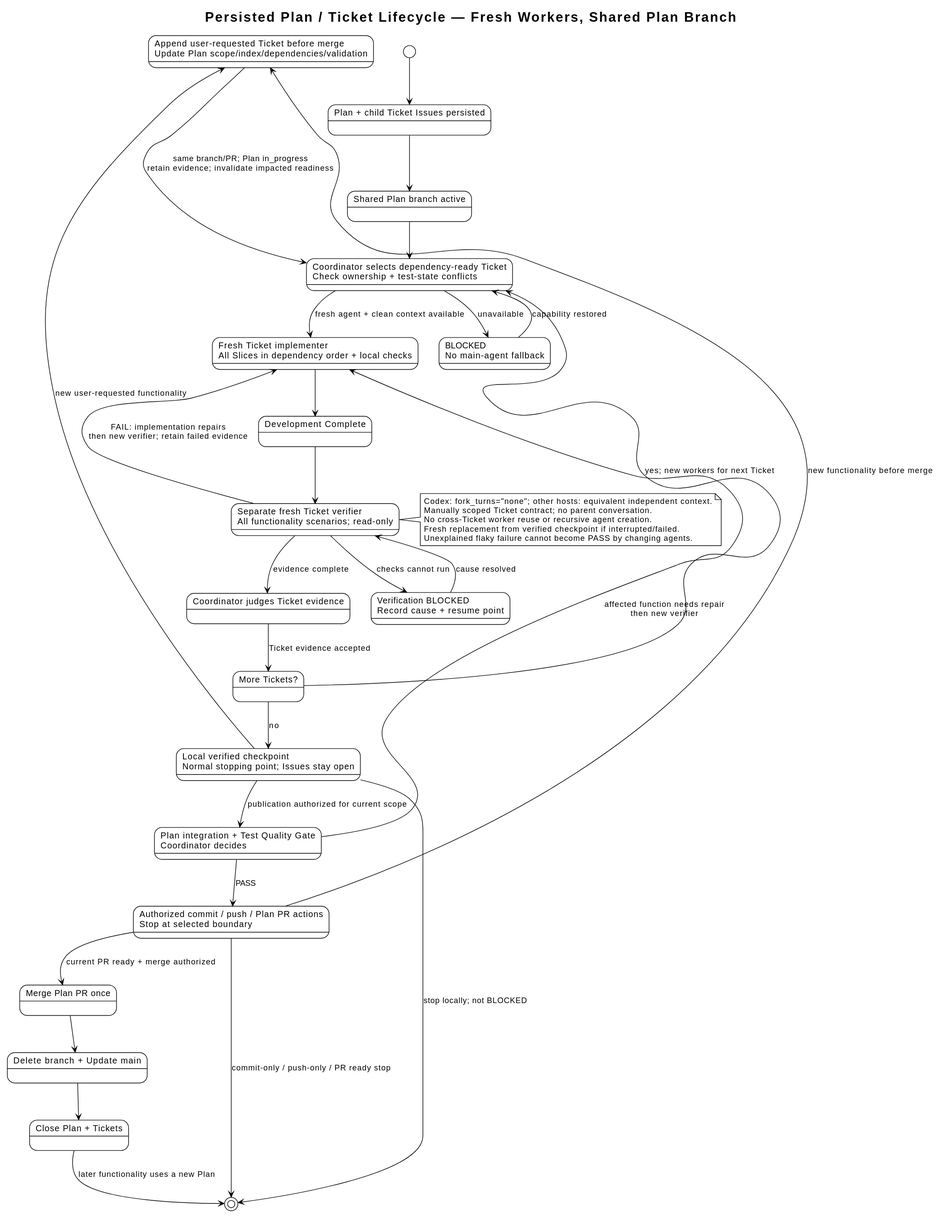
This is docs/architecture/diagrams/ticket-lifecycle.svg from i-zrhe2016/codex-development-workflow, a PlantUML export, as it was before one commit.
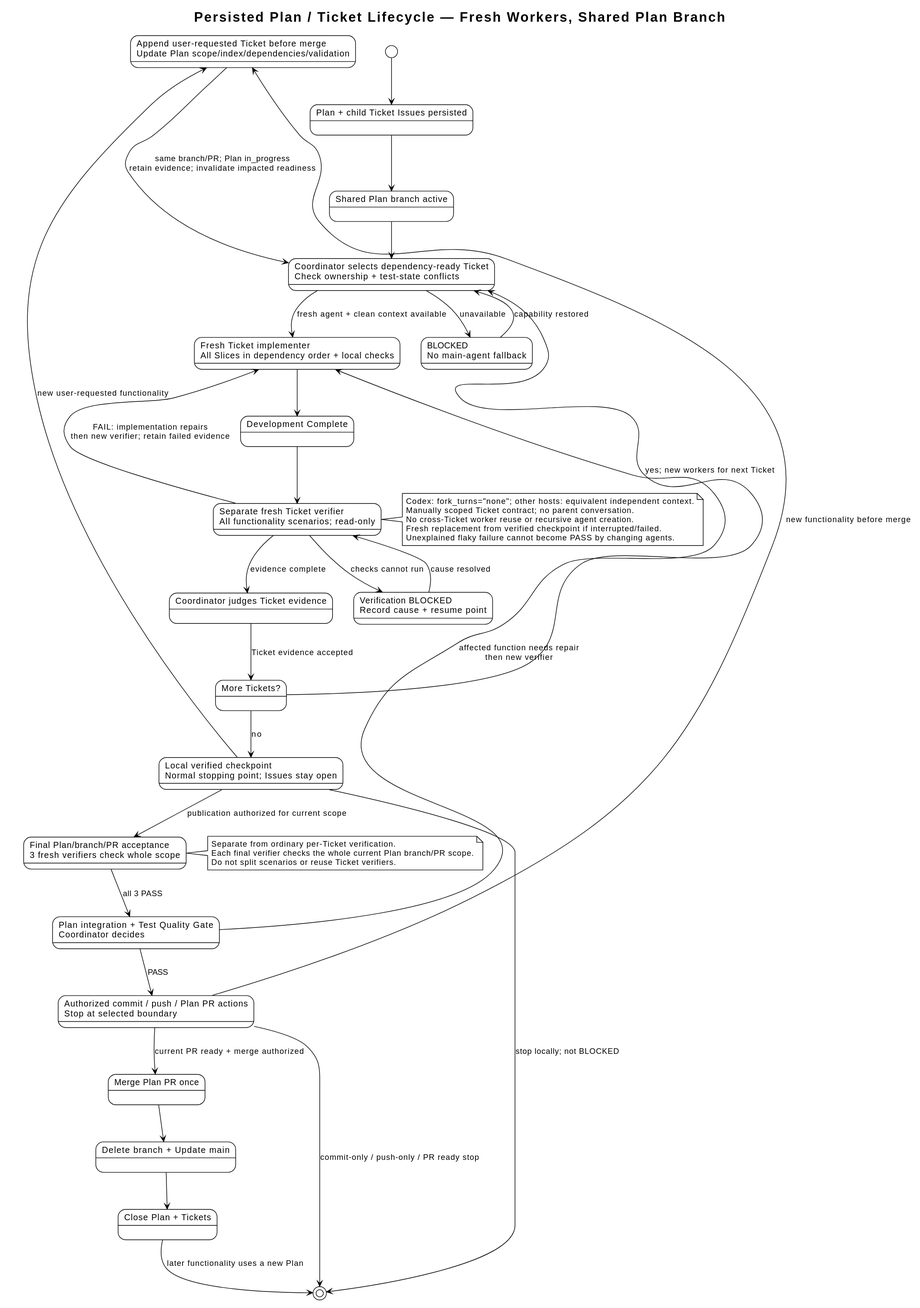
The same file after the commit.

Diff of the diagram source:
```diff
@@ -16,6 +16,7 @@
 state "More Tickets?" as more
 state "Local verified checkpoint\nNormal stopping point; Issues stay open" as local
 state "Append user-requested Ticket before merge\nUpdate Plan scope/index/dependencies/validation" as expand
+state "Final Plan/branch/PR acceptance\n3 fresh verifiers check whole scope" as final_verify
 state "Plan integration + Test Quality Gate\nCoordinator decides" as gate
 state "Authorized commit / push / Plan PR actions\nStop at selected boundary" as publish
 state "Merge Plan PR once" as merge
@@ -43,7 +44,8 @@
 local -[norank]-> expand : new user-requested functionality
 publish -[norank]-> expand : new functionality before merge
 expand -[norank]-> select : same branch/PR; Plan in_progress\nretain evidence; invalidate impacted readiness
-local -down-> gate : publication authorized for current scope
+local -down-> final_verify : publication authorized for current scope
+final_verify -down-> gate : all 3 PASS
 gate -[norank]-> implement : affected function needs repair\nthen new verifier
 gate -down-> publish : PASS
 publish --> [*] : commit-only / push-only / PR ready stop
@@ -59,4 +61,10 @@
 Fresh replacement from verified checkpoint if interrupted/failed.
 Unexplained flaky failure cannot become PASS by changing agents.
 end note
+
+note right of final_verify
+Separate from ordinary per-Ticket verification.
+Each final verifier checks the whole current Plan branch/PR scope.
+Do not split scenarios or reuse Ticket verifiers.
+end note
 @enduml
```
